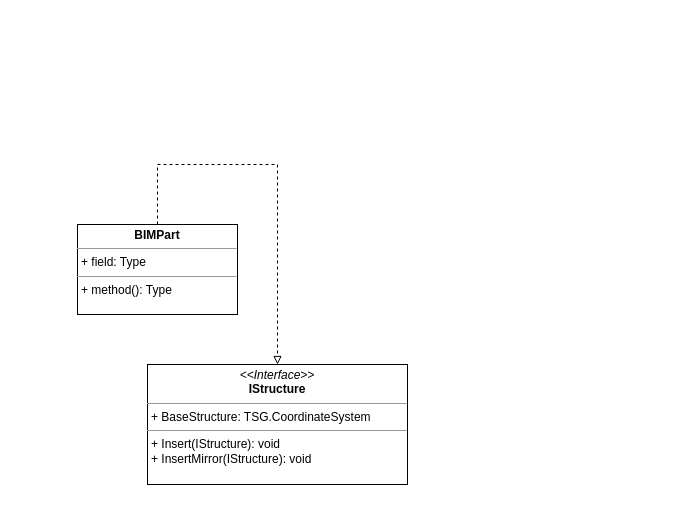
The draw.io diagram page "BIMPropotype_Lib" (2 of 3) of Prototype.drawio in AATerekhov/BIM_KJI_Manage, before the edit. Source tidied: cells renumbered, new cells numbered last; positions are measured from the earlier drawing's top-left corner, leaving out a move shared by most shapes. Both pictures are drawn from the tidied source at 100%, with x=0, y=0 at pixel (77, 164).
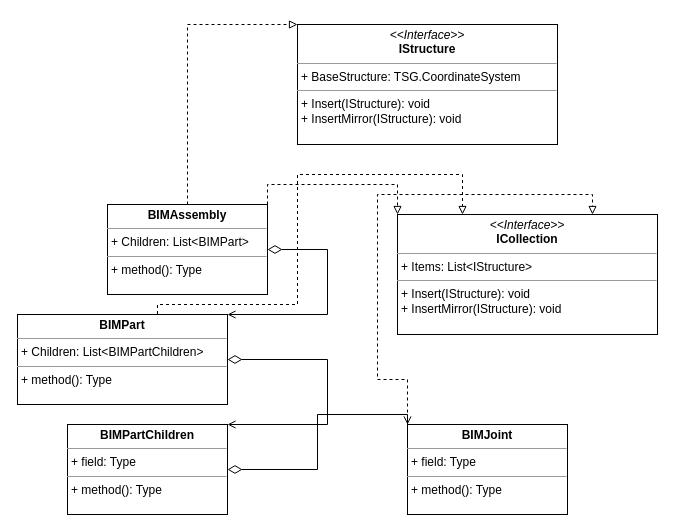
Above is the later version.

Commit message:
Добавлен BIMJoint Prototype.drawio

Change to the diagram source:
```diff
@@
     <mxCell id="2" value="&lt;p style=&quot;margin:0px;margin-top:4px;text-align:center;&quot;&gt;&lt;i&gt;&amp;lt;&amp;lt;Interface&amp;gt;&amp;gt;&lt;/i&gt;&lt;br&gt;&lt;b&gt;IStructure&lt;/b&gt;&lt;br&gt;&lt;/p&gt;&lt;hr size=&quot;1&quot;&gt;&lt;p style=&quot;margin:0px;margin-left:4px;&quot;&gt;+ BaseStructure: TSG.CoordinateSystem&lt;/p&gt;&lt;hr size=&quot;1&quot;&gt;&lt;p style=&quot;margin:0px;margin-left:4px;&quot;&gt;+ Insert(IStructure): void&lt;br&gt;+ InsertMirror(IStructure): void&lt;/p&gt;" style="verticalAlign=top;align=left;overflow=fill;fontSize=12;fontFamily=Helvetica;html=1;whiteSpace=wrap;" parent="1" vertex="1">
-      <mxGeometry x="70" y="200" width="260" height="120" as="geometry" />
+      <mxGeometry x="220" y="-140" width="260" height="120" as="geometry" />
     </mxCell>
-    <mxCell id="3" style="edgeStyle=orthogonalEdgeStyle;rounded=0;jettySize=auto;html=1;entryX=0.5;entryY=0;entryDx=0;entryDy=0;dashed=1;endArrow=block;endFill=0;" parent="1" edge="1" source="4" target="2">
+    <mxCell id="3" style="edgeStyle=orthogonalEdgeStyle;rounded=0;jettySize=auto;html=1;dashed=1;endArrow=block;endFill=0;entryX=0;entryY=0;entryDx=0;entryDy=0;exitX=0.5;exitY=0;exitDx=0;exitDy=0;" parent="1" edge="1" source="7" target="2">
       <mxGeometry relative="1" as="geometry">
         <Array as="points">
-          <mxPoint x="80" />
-          <mxPoint x="200" />
+          <mxPoint x="110" y="-140" />
         </Array>
       </mxGeometry>
     </mxCell>
+    <mxCell id="5" style="edgeStyle=orthogonalEdgeStyle;shape=connector;rounded=0;jettySize=auto;html=1;exitX=0.75;exitY=0;exitDx=0;exitDy=0;entryX=0.25;entryY=0;entryDx=0;entryDy=0;dashed=1;labelBackgroundColor=default;strokeColor=default;fontFamily=Helvetica;fontSize=11;fontColor=default;endArrow=block;endFill=0;" parent="1" edge="1" source="4" target="14">
+      <mxGeometry relative="1" as="geometry">
+        <Array as="points">
+          <mxPoint x="80" y="140" />
+          <mxPoint x="220" y="140" />
+          <mxPoint x="220" y="10" />
+          <mxPoint x="385" y="10" />
+        </Array>
+      </mxGeometry>
+    </mxCell>
-    <mxCell id="4" value="&lt;p style=&quot;margin:0px;margin-top:4px;text-align:center;&quot;&gt;&lt;b&gt;BIMPart&lt;/b&gt;&lt;/p&gt;&lt;hr size=&quot;1&quot;&gt;&lt;p style=&quot;margin:0px;margin-left:4px;&quot;&gt;+ field: Type&lt;/p&gt;&lt;hr size=&quot;1&quot;&gt;&lt;p style=&quot;margin:0px;margin-left:4px;&quot;&gt;+ method(): Type&lt;/p&gt;" style="verticalAlign=top;align=left;overflow=fill;fontSize=12;fontFamily=Helvetica;html=1;whiteSpace=wrap;" parent="1" vertex="1">
-      <mxGeometry y="60" width="160" height="90" as="geometry" />
+    <mxCell id="4" value="&lt;p style=&quot;margin:0px;margin-top:4px;text-align:center;&quot;&gt;&lt;b&gt;BIMPart&lt;/b&gt;&lt;/p&gt;&lt;hr size=&quot;1&quot;&gt;&lt;p style=&quot;margin:0px;margin-left:4px;&quot;&gt;+ Children: List&amp;lt;BIMPartChildren&amp;gt;&lt;/p&gt;&lt;hr size=&quot;1&quot;&gt;&lt;p style=&quot;margin:0px;margin-left:4px;&quot;&gt;+ method(): Type&lt;/p&gt;" style="verticalAlign=top;align=left;overflow=fill;fontSize=12;fontFamily=Helvetica;html=1;whiteSpace=wrap;" parent="1" vertex="1">
+      <mxGeometry x="-60" y="150" width="210" height="90" as="geometry" />
     </mxCell>
+    <mxCell id="6" style="edgeStyle=orthogonalEdgeStyle;shape=connector;rounded=0;jettySize=auto;html=1;exitX=1;exitY=0;exitDx=0;exitDy=0;entryX=0;entryY=0;entryDx=0;entryDy=0;dashed=1;labelBackgroundColor=default;strokeColor=default;fontFamily=Helvetica;fontSize=11;fontColor=default;endArrow=block;endFill=0;" parent="1" edge="1" source="7" target="14">
+      <mxGeometry relative="1" as="geometry" />
+    </mxCell>
+    <mxCell id="7" value="&lt;p style=&quot;margin:0px;margin-top:4px;text-align:center;&quot;&gt;&lt;b&gt;BIMAssembly&lt;/b&gt;&lt;/p&gt;&lt;hr size=&quot;1&quot;&gt;&lt;p style=&quot;margin:0px;margin-left:4px;&quot;&gt;+ Children: List&amp;lt;BIMPart&amp;gt;&lt;/p&gt;&lt;hr size=&quot;1&quot;&gt;&lt;p style=&quot;margin:0px;margin-left:4px;&quot;&gt;+ method(): Type&lt;/p&gt;" style="verticalAlign=top;align=left;overflow=fill;fontSize=12;fontFamily=Helvetica;html=1;whiteSpace=wrap;" parent="1" vertex="1">
+      <mxGeometry x="30" y="40" width="160" height="90" as="geometry" />
+    </mxCell>
+    <mxCell id="8" value="&lt;p style=&quot;margin:0px;margin-top:4px;text-align:center;&quot;&gt;&lt;b&gt;BIMPartChildren&lt;/b&gt;&lt;/p&gt;&lt;hr size=&quot;1&quot;&gt;&lt;p style=&quot;margin:0px;margin-left:4px;&quot;&gt;+ field: Type&lt;/p&gt;&lt;hr size=&quot;1&quot;&gt;&lt;p style=&quot;margin:0px;margin-left:4px;&quot;&gt;+ method(): Type&lt;/p&gt;" style="verticalAlign=top;align=left;overflow=fill;fontSize=12;fontFamily=Helvetica;html=1;whiteSpace=wrap;" parent="1" vertex="1">
+      <mxGeometry x="-10" y="260" width="160" height="90" as="geometry" />
+    </mxCell>
+    <mxCell id="9" style="edgeStyle=orthogonalEdgeStyle;shape=connector;rounded=0;jettySize=auto;html=1;exitX=0;exitY=0;exitDx=0;exitDy=0;entryX=0.75;entryY=0;entryDx=0;entryDy=0;dashed=1;labelBackgroundColor=default;strokeColor=default;fontFamily=Helvetica;fontSize=11;fontColor=default;endArrow=block;endFill=0;" parent="1" edge="1" source="10" target="14">
+      <mxGeometry relative="1" as="geometry" />
+    </mxCell>
+    <mxCell id="10" value="&lt;p style=&quot;margin:0px;margin-top:4px;text-align:center;&quot;&gt;&lt;b&gt;BIMJoint&lt;/b&gt;&lt;br&gt;&lt;/p&gt;&lt;hr size=&quot;1&quot;&gt;&lt;p style=&quot;margin:0px;margin-left:4px;&quot;&gt;+ field: Type&lt;/p&gt;&lt;hr size=&quot;1&quot;&gt;&lt;p style=&quot;margin:0px;margin-left:4px;&quot;&gt;+ method(): Type&lt;/p&gt;" style="verticalAlign=top;align=left;overflow=fill;fontSize=12;fontFamily=Helvetica;html=1;whiteSpace=wrap;" parent="1" vertex="1">
+      <mxGeometry x="330" y="260" width="160" height="90" as="geometry" />
+    </mxCell>
+    <mxCell id="11" style="endArrow=open;html=1;edgeStyle=orthogonalEdgeStyle;rounded=0;endFill=0;startArrow=diamondThin;startFill=0;startSize=12;exitX=1;exitY=0.5;exitDx=0;exitDy=0;entryX=0;entryY=0;entryDx=0;entryDy=0;" parent="1" edge="1" source="8" target="10">
+      <mxGeometry relative="1" as="geometry" />
+    </mxCell>
+    <mxCell id="12" style="endArrow=open;html=1;edgeStyle=orthogonalEdgeStyle;rounded=0;endFill=0;startArrow=diamondThin;startFill=0;startSize=12;entryX=1;entryY=0;entryDx=0;entryDy=0;exitX=1;exitY=0.5;exitDx=0;exitDy=0;" parent="1" edge="1" source="7" target="4">
+      <mxGeometry relative="1" as="geometry">
+        <Array as="points">
+          <mxPoint x="250" y="85" />
+          <mxPoint x="250" y="150" />
+        </Array>
+      </mxGeometry>
+    </mxCell>
+    <mxCell id="13" style="endArrow=open;html=1;edgeStyle=orthogonalEdgeStyle;rounded=0;endFill=0;startArrow=diamondThin;startFill=0;startSize=12;exitX=1;exitY=0.5;exitDx=0;exitDy=0;entryX=1;entryY=0;entryDx=0;entryDy=0;" parent="1" edge="1" source="4" target="8">
+      <mxGeometry relative="1" as="geometry">
+        <Array as="points">
+          <mxPoint x="250" y="195" />
+          <mxPoint x="250" y="260" />
+        </Array>
+      </mxGeometry>
+    </mxCell>
+    <mxCell id="14" value="&lt;p style=&quot;margin:0px;margin-top:4px;text-align:center;&quot;&gt;&lt;i&gt;&amp;lt;&amp;lt;Interface&amp;gt;&amp;gt;&lt;/i&gt;&lt;br&gt;&lt;b&gt;ICollection&lt;/b&gt;&lt;br&gt;&lt;/p&gt;&lt;hr size=&quot;1&quot;&gt;&lt;p style=&quot;margin:0px;margin-left:4px;&quot;&gt;+ Items: List&amp;lt;IStructure&amp;gt;&lt;/p&gt;&lt;hr size=&quot;1&quot;&gt;&lt;p style=&quot;margin:0px;margin-left:4px;&quot;&gt;+ Insert(IStructure): void&lt;br&gt;+ InsertMirror(IStructure): void&lt;/p&gt;" style="verticalAlign=top;align=left;overflow=fill;fontSize=12;fontFamily=Helvetica;html=1;whiteSpace=wrap;" parent="1" vertex="1">
+      <mxGeometry x="320" y="50" width="260" height="120" as="geometry" />
+    </mxCell>
```
